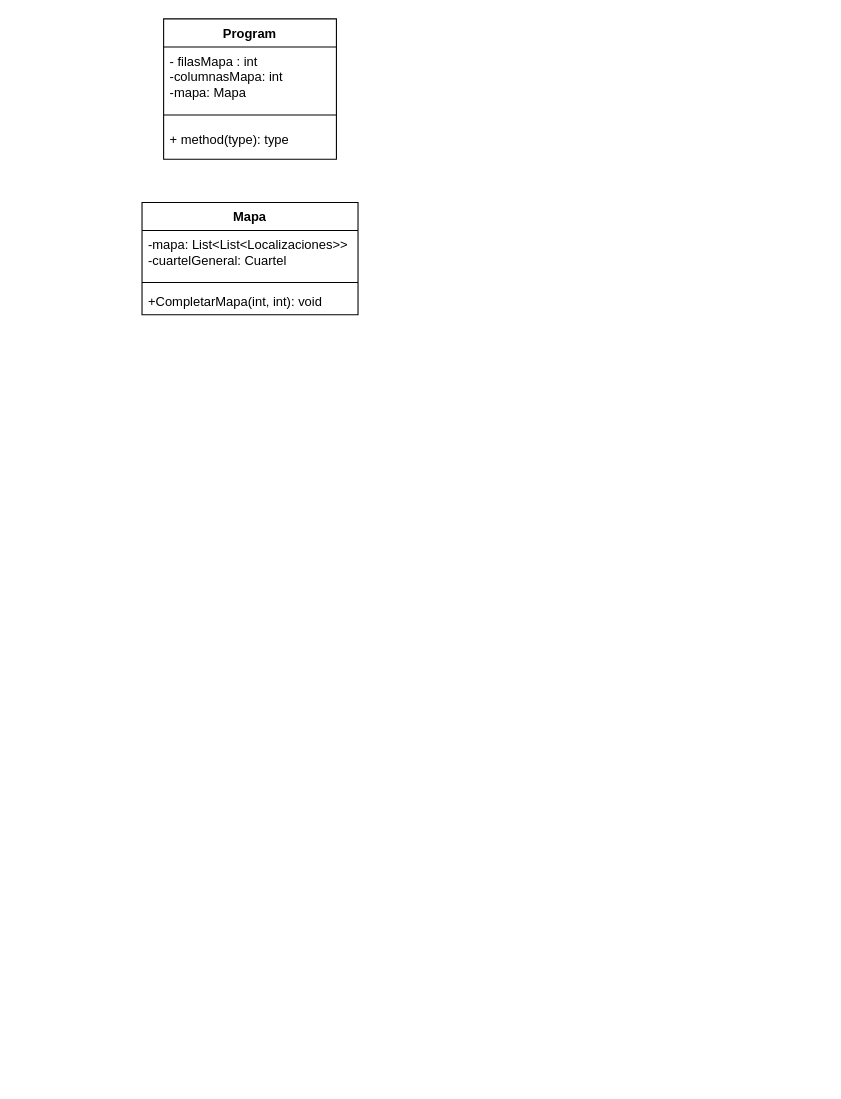
The draw.io diagram TP integrador/UML integrador.drawio in Damian-Imbro/UTN, before the edit. Source tidied: cells renumbered, new cells numbered last; positions are measured from the earlier drawing's top-left corner, leaving out a move shared by most shapes. Both pictures are drawn from the tidied source at 108%, with x=0, y=0 at pixel (141, 18).
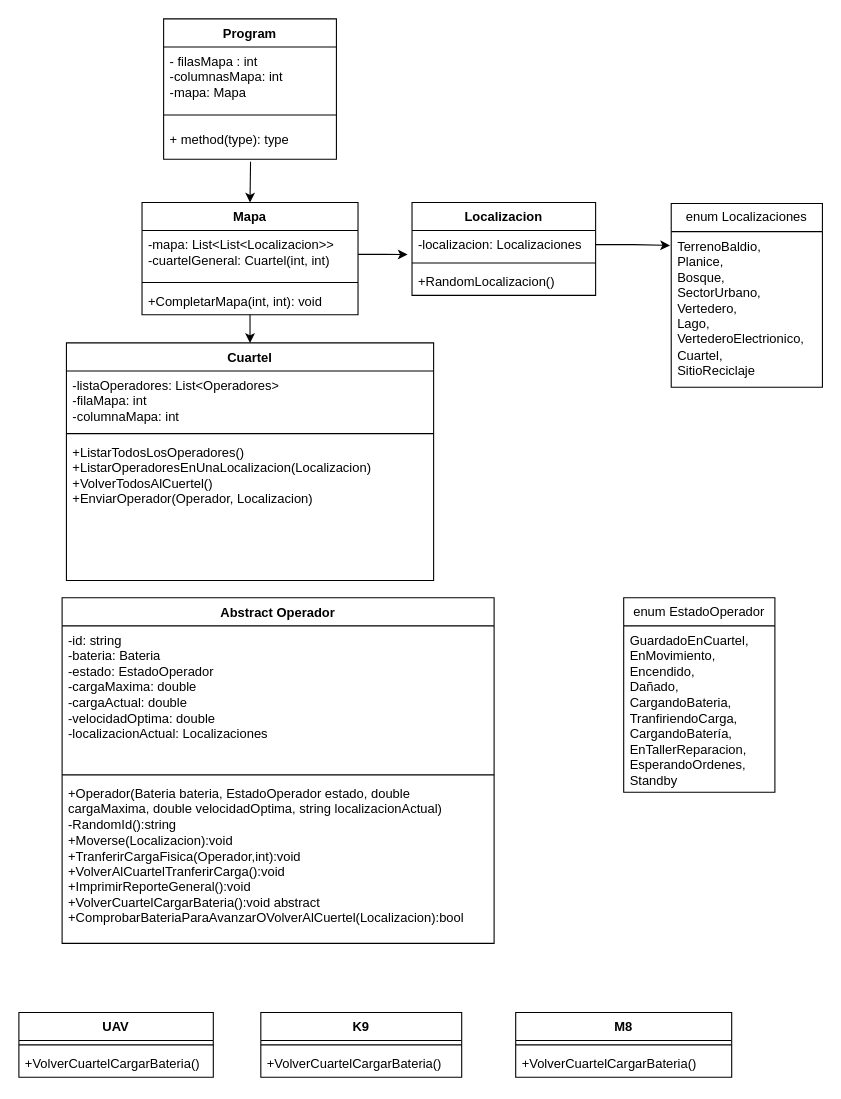
The same page after the edit.

The change refers to these unchanged cells:
```xml
<mxCell id="5" value="+ method(type): type" style="text;strokeColor=none;fillColor=none;align=left;verticalAlign=top;spacingLeft=4;spacingRight=4;overflow=hidden;points=[[0,0.5],[1,0.5]];portConstraint=eastwest;whiteSpace=wrap;html=1;" parent="2" vertex="1">
  <mxGeometry y="98" width="160" height="32" as="geometry" />
</mxCell>
<mxCell id="6" value="Mapa" style="swimlane;fontStyle=1;align=center;verticalAlign=top;horizontal=1;startSize=26;whiteSpace=wrap;html=1;" parent="1" vertex="1">
  <mxGeometry y="170" width="200" height="104" as="geometry" />
</mxCell>
```

The edit, as a diff of the source:
```diff
@@
-    <mxCell id="7" value="-mapa: List&amp;lt;List&amp;lt;Localizaciones&amp;gt;&amp;gt;&lt;br&gt;-cuartelGeneral: Cuartel" style="text;strokeColor=none;fillColor=none;align=left;verticalAlign=top;spacingLeft=4;spacingRight=4;overflow=hidden;points=[[0,0.5],[1,0.5]];portConstraint=eastwest;whiteSpace=wrap;html=1;" parent="6" vertex="1">
+    <mxCell id="7" value="-mapa: List&amp;lt;List&amp;lt;Localizacion&amp;gt;&amp;gt;&lt;br&gt;-cuartelGeneral: Cuartel(int, int)" style="text;strokeColor=none;fillColor=none;align=left;verticalAlign=top;spacingLeft=4;spacingRight=4;overflow=hidden;points=[[0,0.5],[1,0.5]];portConstraint=eastwest;whiteSpace=wrap;html=1;" parent="6" vertex="1">
       <mxGeometry y="26" width="200" height="44" as="geometry" />
     </mxCell>
@@
+    <mxCell id="10" style="edgeStyle=orthogonalEdgeStyle;rounded=0;jettySize=auto;html=1;exitX=0.5;exitY=0;exitDx=0;exitDy=0;entryX=0.5;entryY=1;entryDx=0;entryDy=0;startArrow=classic;startFill=1;endArrow=none;endFill=0;" parent="1" edge="1" source="11" target="6">
+      <mxGeometry relative="1" as="geometry" />
+    </mxCell>
+    <mxCell id="11" value="Cuartel" style="swimlane;fontStyle=1;align=center;verticalAlign=top;horizontal=1;startSize=26;whiteSpace=wrap;html=1;" parent="1" vertex="1">
+      <mxGeometry x="-70" y="300" width="340" height="220" as="geometry" />
+    </mxCell>
+    <mxCell id="12" value="-listaOperadores: List&amp;lt;Operadores&amp;gt;&lt;br&gt;-filaMapa: int&lt;br&gt;-columnaMapa: int" style="text;strokeColor=none;fillColor=none;align=left;verticalAlign=top;spacingLeft=4;spacingRight=4;overflow=hidden;whiteSpace=wrap;html=1;" parent="11" vertex="1">
+      <mxGeometry y="26" width="340" height="54" as="geometry" />
+    </mxCell>
+    <mxCell id="13" style="line;strokeWidth=1;fillColor=none;align=left;verticalAlign=middle;spacingTop=-1;spacingLeft=3;spacingRight=3;labelPosition=right;strokeColor=inherit;" parent="11" vertex="1">
+      <mxGeometry y="80" width="340" height="8" as="geometry" />
+    </mxCell>
+    <mxCell id="14" value="+ListarTodosLosOperadores()&lt;br&gt;+ListarOperadoresEnUnaLocalizacion(Localizacion)&lt;br&gt;+VolverTodosAlCuertel()&lt;br&gt;+EnviarOperador(Operador, Localizacion)" style="text;strokeColor=none;fillColor=none;align=left;verticalAlign=top;spacingLeft=4;spacingRight=4;overflow=hidden;whiteSpace=wrap;html=1;" parent="11" vertex="1">
+      <mxGeometry y="88" width="340" height="132" as="geometry" />
+    </mxCell>
+    <mxCell id="15" value="Localizacion" style="swimlane;fontStyle=1;align=center;verticalAlign=top;horizontal=1;startSize=26;whiteSpace=wrap;html=1;" parent="1" vertex="1">
+      <mxGeometry x="250" y="170" width="170" height="86" as="geometry" />
+    </mxCell>
+    <mxCell id="16" value="-localizacion: Localizaciones" style="text;strokeColor=none;fillColor=none;align=left;verticalAlign=top;spacingLeft=4;spacingRight=4;overflow=hidden;points=[[0,0.5],[1,0.5]];portConstraint=eastwest;whiteSpace=wrap;html=1;" parent="15" vertex="1">
+      <mxGeometry y="26" width="170" height="26" as="geometry" />
+    </mxCell>
+    <mxCell id="17" style="line;strokeWidth=1;fillColor=none;align=left;verticalAlign=middle;spacingTop=-1;spacingLeft=3;spacingRight=3;labelPosition=right;strokeColor=inherit;" parent="15" vertex="1">
+      <mxGeometry y="52" width="170" height="8" as="geometry" />
+    </mxCell>
+    <mxCell id="18" value="+RandomLocalizacion()" style="text;strokeColor=none;fillColor=none;align=left;verticalAlign=top;spacingLeft=4;spacingRight=4;overflow=hidden;whiteSpace=wrap;html=1;" parent="15" vertex="1">
+      <mxGeometry y="60" width="170" height="26" as="geometry" />
+    </mxCell>
+    <mxCell id="19" value="enum Localizaciones" style="swimlane;fontStyle=0;horizontal=1;startSize=26;fillColor=none;whiteSpace=wrap;html=1;" parent="1" vertex="1">
+      <mxGeometry x="490" y="171" width="140" height="170" as="geometry" />
+    </mxCell>
+    <mxCell id="20" value="&lt;div&gt;TerrenoBaldio,&lt;/div&gt;&lt;div&gt;Planice,&lt;/div&gt;&lt;div&gt;Bosque,&lt;/div&gt;&lt;div&gt;SectorUrbano,&lt;/div&gt;&lt;div&gt;Vertedero,&lt;/div&gt;&lt;div&gt;Lago,&lt;/div&gt;&lt;div&gt;VertederoElectrionico,&lt;/div&gt;&lt;div&gt;Cuartel,&lt;/div&gt;&lt;div&gt;SitioReciclaje&lt;/div&gt;" style="text;strokeColor=none;fillColor=none;align=left;verticalAlign=top;spacingLeft=4;spacingRight=4;overflow=hidden;points=[[0,0.5],[1,0.5]];portConstraint=eastwest;whiteSpace=wrap;html=1;" parent="19" vertex="1">
+      <mxGeometry y="26" width="140" height="144" as="geometry" />
+    </mxCell>
+    <mxCell id="21" style="edgeStyle=orthogonalEdgeStyle;rounded=0;jettySize=auto;html=1;exitX=0.5;exitY=0;exitDx=0;exitDy=0;entryX=0.503;entryY=1.073;entryDx=0;entryDy=0;entryPerimeter=0;startArrow=classic;startFill=1;endArrow=none;endFill=0;" parent="1" edge="1" source="6" target="5">
+      <mxGeometry relative="1" as="geometry" />
+    </mxCell>
+    <mxCell id="22" style="edgeStyle=orthogonalEdgeStyle;rounded=0;jettySize=auto;html=1;exitX=1;exitY=0.5;exitDx=0;exitDy=0;entryX=-0.024;entryY=0.853;entryDx=0;entryDy=0;entryPerimeter=0;" parent="1" edge="1" source="7" target="16">
+      <mxGeometry relative="1" as="geometry" />
+    </mxCell>
+    <mxCell id="23" style="edgeStyle=orthogonalEdgeStyle;rounded=0;jettySize=auto;html=1;exitX=1;exitY=0.5;exitDx=0;exitDy=0;entryX=-0.008;entryY=0.089;entryDx=0;entryDy=0;entryPerimeter=0;" parent="1" edge="1" source="16" target="20">
+      <mxGeometry relative="1" as="geometry" />
+    </mxCell>
+    <mxCell id="24" value="Abstract Operador" style="swimlane;fontStyle=1;align=center;verticalAlign=top;horizontal=1;startSize=26;whiteSpace=wrap;html=1;" parent="1" vertex="1">
+      <mxGeometry x="-74" y="536" width="400" height="320" as="geometry" />
+    </mxCell>
+    <mxCell id="25" value="-id: string&lt;br&gt;-bateria: Bateria&lt;br&gt;-estado: EstadoOperador&lt;br&gt;-cargaMaxima: double&lt;br&gt;-cargaActual: double&lt;br&gt;-velocidadOptima: double&lt;br&gt;-localizacionActual: Localizaciones" style="text;strokeColor=none;fillColor=none;align=left;verticalAlign=top;spacingLeft=4;spacingRight=4;overflow=hidden;whiteSpace=wrap;html=1;" parent="24" vertex="1">
+      <mxGeometry y="26" width="400" height="134" as="geometry" />
+    </mxCell>
+    <mxCell id="26" style="line;strokeWidth=1;fillColor=none;align=left;verticalAlign=middle;spacingTop=-1;spacingLeft=3;spacingRight=3;labelPosition=right;strokeColor=inherit;" parent="24" vertex="1">
+      <mxGeometry y="160" width="400" height="8" as="geometry" />
+    </mxCell>
+    <mxCell id="27" value="&lt;div&gt;+Operador(Bateria bateria, EstadoOperador estado, double cargaMaxima, double velocidadOptima, string localizacionActual)&lt;/div&gt;&lt;div&gt;-RandomId():string&lt;/div&gt;&lt;div&gt;+Moverse(Localizacion):void&lt;/div&gt;&lt;div&gt;+TranferirCargaFisica(Operador,int):void&lt;/div&gt;&lt;div&gt;+VolverAlCuartelTranferirCarga():void&lt;/div&gt;&lt;div&gt;+ImprimirReporteGeneral():void&lt;/div&gt;&lt;div&gt;+VolverCuartelCargarBateria():void abstract&lt;/div&gt;&lt;div&gt;+ComprobarBateriaParaAvanzarOVolverAlCuertel(Localizacion):bool&lt;/div&gt;&lt;div&gt;&lt;br&gt;&lt;/div&gt;" style="text;strokeColor=none;fillColor=none;align=left;verticalAlign=top;spacingLeft=4;spacingRight=4;overflow=hidden;whiteSpace=wrap;html=1;" parent="24" vertex="1">
+      <mxGeometry y="168" width="400" height="152" as="geometry" />
+    </mxCell>
+    <mxCell id="28" value="enum EstadoOperador" style="swimlane;fontStyle=0;horizontal=1;startSize=26;fillColor=none;whiteSpace=wrap;html=1;" parent="1" vertex="1">
+      <mxGeometry x="446" y="536" width="140" height="180" as="geometry" />
+    </mxCell>
+    <mxCell id="29" value="&lt;div&gt;GuardadoEnCuartel,&lt;/div&gt;&lt;div&gt;EnMovimiento,&lt;/div&gt;&lt;div&gt;Encendido,&lt;/div&gt;&lt;div&gt;Dañado,&lt;/div&gt;&lt;div&gt;CargandoBateria,&lt;/div&gt;&lt;div&gt;TranfiriendoCarga,&lt;/div&gt;&lt;div&gt;CargandoBatería,&lt;/div&gt;&lt;div&gt;EnTallerReparacion,&lt;/div&gt;&lt;div&gt;EsperandoOrdenes,&lt;/div&gt;&lt;div&gt;Standby&lt;/div&gt;" style="text;strokeColor=none;fillColor=none;align=left;verticalAlign=top;spacingLeft=4;spacingRight=4;overflow=hidden;whiteSpace=wrap;html=1;" parent="28" vertex="1">
+      <mxGeometry y="26" width="140" height="154" as="geometry" />
+    </mxCell>
+    <mxCell id="30" value="UAV" style="swimlane;fontStyle=1;align=center;verticalAlign=top;horizontal=1;startSize=26;whiteSpace=wrap;html=1;" parent="1" vertex="1">
+      <mxGeometry x="-114" y="920" width="180" height="60" as="geometry" />
+    </mxCell>
+    <mxCell id="31" style="line;strokeWidth=1;fillColor=none;align=left;verticalAlign=middle;spacingTop=-1;spacingLeft=3;spacingRight=3;labelPosition=right;strokeColor=inherit;" parent="30" vertex="1">
+      <mxGeometry y="26" width="180" height="8" as="geometry" />
+    </mxCell>
+    <mxCell id="32" value="+VolverCuartelCargarBateria()" style="text;strokeColor=none;fillColor=none;align=left;verticalAlign=top;spacingLeft=4;spacingRight=4;overflow=hidden;whiteSpace=wrap;html=1;" parent="30" vertex="1">
+      <mxGeometry y="34" width="180" height="26" as="geometry" />
+    </mxCell>
+    <mxCell id="33" value="K9" style="swimlane;fontStyle=1;align=center;verticalAlign=top;horizontal=1;startSize=26;whiteSpace=wrap;html=1;" parent="1" vertex="1">
+      <mxGeometry x="110" y="920" width="186" height="60" as="geometry" />
+    </mxCell>
+    <mxCell id="34" style="line;strokeWidth=1;fillColor=none;align=left;verticalAlign=middle;spacingTop=-1;spacingLeft=3;spacingRight=3;labelPosition=right;strokeColor=inherit;" parent="33" vertex="1">
+      <mxGeometry y="26" width="186" height="8" as="geometry" />
+    </mxCell>
+    <mxCell id="35" value="+VolverCuartelCargarBateria()" style="text;strokeColor=none;fillColor=none;align=left;verticalAlign=top;spacingLeft=4;spacingRight=4;overflow=hidden;whiteSpace=wrap;html=1;" parent="33" vertex="1">
+      <mxGeometry y="34" width="186" height="26" as="geometry" />
+    </mxCell>
+    <mxCell id="36" value="M8" style="swimlane;fontStyle=1;align=center;verticalAlign=top;horizontal=1;startSize=26;whiteSpace=wrap;html=1;" parent="1" vertex="1">
+      <mxGeometry x="346" y="920" width="200" height="60" as="geometry" />
+    </mxCell>
+    <mxCell id="37" style="line;strokeWidth=1;fillColor=none;align=left;verticalAlign=middle;spacingTop=-1;spacingLeft=3;spacingRight=3;labelPosition=right;strokeColor=inherit;" parent="36" vertex="1">
+      <mxGeometry y="26" width="200" height="8" as="geometry" />
+    </mxCell>
+    <mxCell id="38" value="+VolverCuartelCargarBateria()" style="text;strokeColor=none;fillColor=none;align=left;verticalAlign=top;spacingLeft=4;spacingRight=4;overflow=hidden;whiteSpace=wrap;html=1;" parent="36" vertex="1">
+      <mxGeometry y="34" width="200" height="26" as="geometry" />
+    </mxCell>
```
